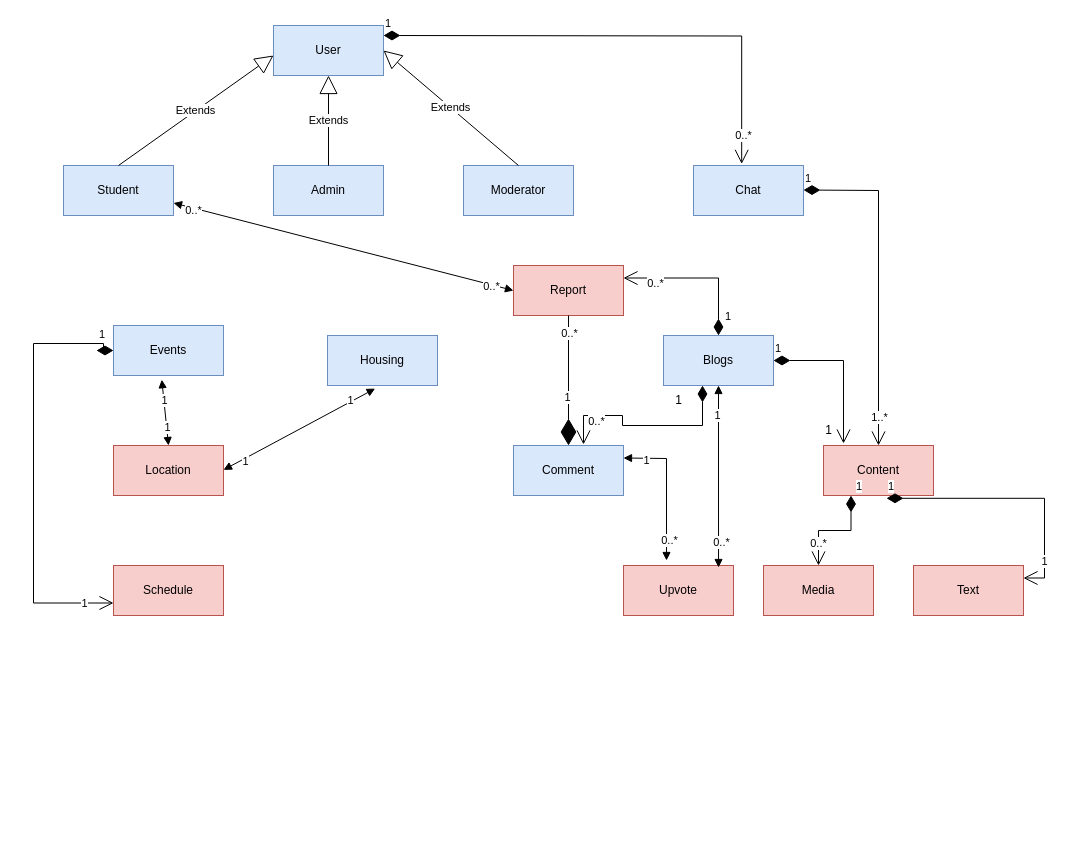
This is Project DDD.drawio from saikrishna1501/PeerPulse, a draw.io file, before an edit. Source tidied: cells renumbered, new cells numbered last; positions are measured from the earlier drawing's top-left corner, leaving out a move shared by most shapes. Both pictures are drawn from the tidied source at 100%, with x=0, y=0 at pixel (33, 25).
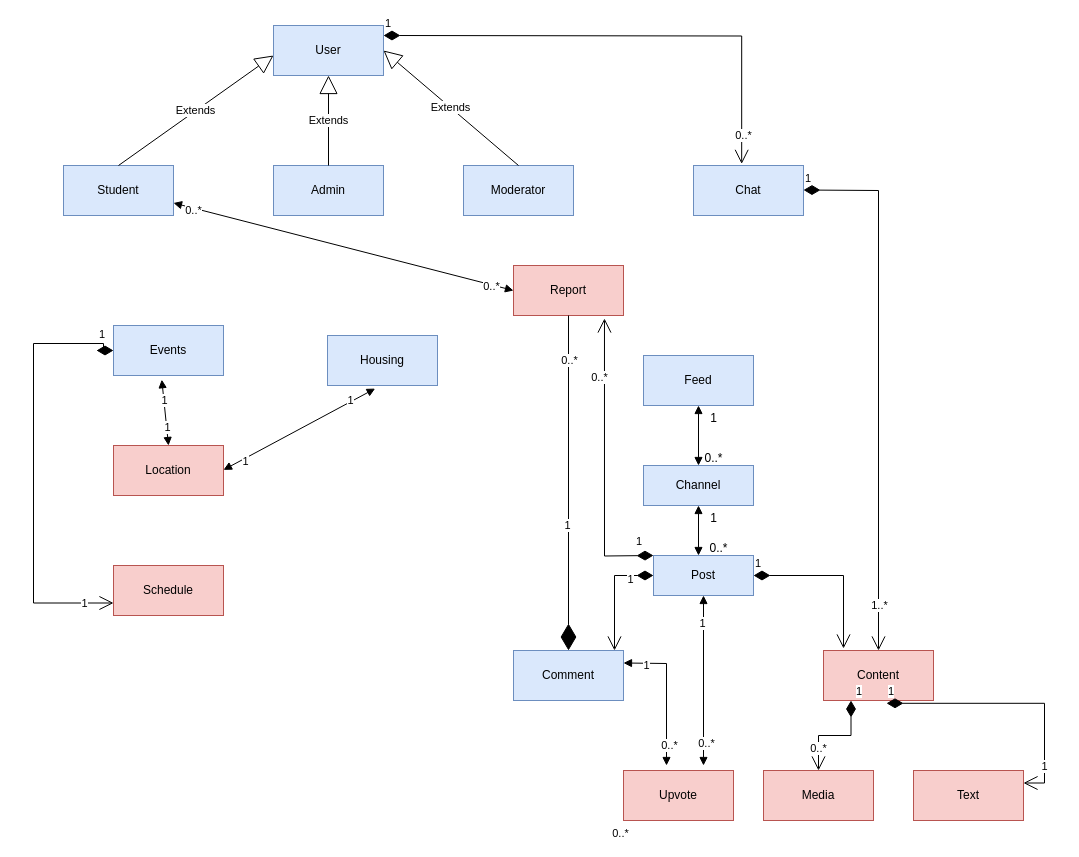
Above is the later version.

Commit message (it also covers changes not shown here):
Added Channels and Posts yaml

The change refers to these unchanged cells:
```xml
<mxCell id="17" value="Report" style="html=1;whiteSpace=wrap;fillColor=#f8cecc;strokeColor=#b85450;" parent="1" vertex="1">
  <mxGeometry x="480" y="240" width="110" height="50" as="geometry" />
</mxCell>
```

Change to the diagram source:
```diff
@@
     <mxCell id="9" value="Comment" style="html=1;whiteSpace=wrap;fillColor=#dae8fc;strokeColor=#6c8ebf;" parent="1" vertex="1">
-      <mxGeometry x="480" y="420" width="110" height="50" as="geometry" />
+      <mxGeometry x="480" y="625" width="110" height="50" as="geometry" />
     </mxCell>
@@
-    <mxCell id="12" value="Blogs" style="html=1;whiteSpace=wrap;fillColor=#dae8fc;strokeColor=#6c8ebf;" parent="1" vertex="1">
-      <mxGeometry x="630" y="310" width="110" height="50" as="geometry" />
+    <mxCell id="12" value="Feed" style="html=1;whiteSpace=wrap;fillColor=#dae8fc;strokeColor=#6c8ebf;" parent="1" vertex="1">
+      <mxGeometry x="610" y="330" width="110" height="50" as="geometry" />
     </mxCell>
     <mxCell id="13" value="Upvote" style="html=1;whiteSpace=wrap;fillColor=#f8cecc;strokeColor=#b85450;" parent="1" vertex="1">
-      <mxGeometry x="590" y="540" width="110" height="50" as="geometry" />
+      <mxGeometry x="590" y="745" width="110" height="50" as="geometry" />
     </mxCell>
     <mxCell id="14" value="Media" style="html=1;whiteSpace=wrap;fillColor=#f8cecc;strokeColor=#b85450;" parent="1" vertex="1">
-      <mxGeometry x="730" y="540" width="110" height="50" as="geometry" />
+      <mxGeometry x="730" y="745" width="110" height="50" as="geometry" />
     </mxCell>
     <mxCell id="15" value="Content" style="html=1;whiteSpace=wrap;fillColor=#f8cecc;strokeColor=#b85450;" parent="1" vertex="1">
-      <mxGeometry x="790" y="420" width="110" height="50" as="geometry" />
+      <mxGeometry x="790" y="625" width="110" height="50" as="geometry" />
     </mxCell>
     <mxCell id="16" value="Text" style="html=1;whiteSpace=wrap;fillColor=#f8cecc;strokeColor=#b85450;" parent="1" vertex="1">
-      <mxGeometry x="880" y="540" width="110" height="50" as="geometry" />
+      <mxGeometry x="880" y="745" width="110" height="50" as="geometry" />
     </mxCell>
@@
     <mxCell id="36" value="1" style="endArrow=open;html=1;endSize=12;startArrow=diamondThin;startSize=14;startFill=1;edgeStyle=orthogonalEdgeStyle;align=left;verticalAlign=bottom;rounded=0;exitX=0.573;exitY=1.056;exitDx=0;exitDy=0;exitPerimeter=0;entryX=1;entryY=0.25;entryDx=0;entryDy=0;" parent="1" edge="1" source="15" target="16">
       <mxGeometry x="-1" y="3" relative="1" as="geometry">
         <Array as="points">
-          <mxPoint x="1011" y="473" />
-          <mxPoint x="1011" y="553" />
+          <mxPoint x="1011" y="678" />
+          <mxPoint x="1011" y="758" />
         </Array>
       </mxGeometry>
     </mxCell>
@@
-    <mxCell id="40" value="1" style="endArrow=open;html=1;endSize=12;startArrow=diamondThin;startSize=14;startFill=1;edgeStyle=orthogonalEdgeStyle;align=left;verticalAlign=bottom;rounded=0;exitX=0.5;exitY=0;exitDx=0;exitDy=0;entryX=1;entryY=0.25;entryDx=0;entryDy=0;" parent="1" edge="1" source="12" target="17">
-      <mxGeometry x="-0.87" y="-5" relative="1" as="geometry" />
+    <mxCell id="40" value="1" style="endArrow=open;html=1;endSize=12;startArrow=diamondThin;startSize=14;startFill=1;edgeStyle=orthogonalEdgeStyle;align=left;verticalAlign=bottom;rounded=0;entryX=0.827;entryY=1.06;entryDx=0;entryDy=0;entryPerimeter=0;" parent="1" edge="1" target="17">
+      <mxGeometry x="-0.87" y="-5" relative="1" as="geometry">
+        <mxPoint x="620" y="530" as="sourcePoint" />
+      </mxGeometry>
     </mxCell>
@@
-    <mxCell id="45" value="1" style="endArrow=open;html=1;endSize=12;startArrow=diamondThin;startSize=14;startFill=1;edgeStyle=orthogonalEdgeStyle;align=left;verticalAlign=bottom;rounded=0;entryX=0.182;entryY=-0.04;entryDx=0;entryDy=0;entryPerimeter=0;exitX=1;exitY=0.5;exitDx=0;exitDy=0;" parent="1" edge="1" source="12" target="15">
+    <mxCell id="45" value="1" style="endArrow=open;html=1;endSize=12;startArrow=diamondThin;startSize=14;startFill=1;edgeStyle=orthogonalEdgeStyle;align=left;verticalAlign=bottom;rounded=0;entryX=0.182;entryY=-0.04;entryDx=0;entryDy=0;entryPerimeter=0;exitX=1;exitY=0.5;exitDx=0;exitDy=0;" parent="1" edge="1" source="56" target="15">
       <mxGeometry x="-1" y="3" relative="1" as="geometry" />
     </mxCell>
-    <mxCell id="46" value="1" style="text;html=1;align=center;verticalAlign=middle;strokeColor=none;fillColor=none;" parent="1" vertex="1">
-      <mxGeometry x="780" y="390" width="30" height="30" as="geometry" />
-    </mxCell>
-    <mxCell id="47" style="endArrow=open;html=1;endSize=12;startArrow=diamondThin;startSize=14;startFill=1;edgeStyle=orthogonalEdgeStyle;align=left;verticalAlign=bottom;rounded=0;exitX=0.636;exitY=1.08;exitDx=0;exitDy=0;exitPerimeter=0;entryX=0.827;entryY=-0.02;entryDx=0;entryDy=0;entryPerimeter=0;" parent="1" edge="1">
-      <mxGeometry x="-0.87" y="-5" relative="1" as="geometry">
-        <mxPoint x="669" y="360" as="sourcePoint" />
-        <mxPoint x="550" y="419" as="targetPoint" />
-        <Array as="points">
-          <mxPoint x="669" y="400" />
-          <mxPoint x="589" y="400" />
-          <mxPoint x="589" y="390" />
-          <mxPoint x="550" y="390" />
-        </Array>
-      </mxGeometry>
-    </mxCell>
-    <mxCell id="48" value="0..*" style="edgeLabel;html=1;align=center;verticalAlign=middle;" parent="47" vertex="1">
-      <mxGeometry x="0.59" y="5" relative="1" as="geometry" />
-    </mxCell>
-    <mxCell id="49" value="1" style="text;html=1;align=center;verticalAlign=middle;strokeColor=none;fillColor=none;" parent="1" vertex="1">
-      <mxGeometry x="630" y="360" width="30" height="30" as="geometry" />
-    </mxCell>
-    <mxCell id="50" style="endArrow=block;startArrow=block;endFill=1;startFill=1;html=1;rounded=0;exitX=0.864;exitY=0.04;exitDx=0;exitDy=0;exitPerimeter=0;entryX=0.5;entryY=1;entryDx=0;entryDy=0;" parent="1" edge="1" source="13" target="12">
-      <mxGeometry relative="1" as="geometry" />
+    <mxCell id="50" style="endArrow=block;startArrow=block;endFill=1;startFill=1;html=1;rounded=0;entryX=0.5;entryY=1;entryDx=0;entryDy=0;" parent="1" edge="1" target="56">
+      <mxGeometry relative="1" as="geometry">
+        <mxPoint x="670" y="740" as="sourcePoint" />
+      </mxGeometry>
     </mxCell>
@@
     <mxCell id="53" style="endArrow=block;startArrow=block;endFill=1;startFill=1;html=1;rounded=0;exitX=0.391;exitY=-0.1;exitDx=0;exitDy=0;exitPerimeter=0;entryX=1;entryY=0.25;entryDx=0;entryDy=0;" parent="1" edge="1" source="13" target="9">
       <mxGeometry relative="1" as="geometry">
         <Array as="points">
-          <mxPoint x="633" y="433" />
+          <mxPoint x="633" y="638" />
         </Array>
       </mxGeometry>
     </mxCell>
@@
+    <mxCell id="56" value="Post" style="whiteSpace=wrap;html=1;fillColor=#dae8fc;strokeColor=#6c8ebf;" parent="1" vertex="1">
+      <mxGeometry x="620" y="530" width="100" height="40" as="geometry" />
+    </mxCell>
+    <mxCell id="57" style="endArrow=open;html=1;endSize=12;startArrow=diamondThin;startSize=14;startFill=1;edgeStyle=orthogonalEdgeStyle;align=left;verticalAlign=bottom;rounded=0;exitX=0;exitY=0.5;exitDx=0;exitDy=0;" parent="1" edge="1" source="56">
+      <mxGeometry x="-0.87" y="-5" relative="1" as="geometry">
+        <mxPoint x="581" y="625" as="targetPoint" />
+        <Array as="points">
+          <mxPoint x="581" y="550" />
+        </Array>
+      </mxGeometry>
+    </mxCell>
+    <mxCell id="48" value="0..*" style="edgeLabel;html=1;align=center;verticalAlign=middle;" parent="57" vertex="1">
+      <mxGeometry x="0.59" y="5" relative="1" as="geometry">
+        <mxPoint y="205" as="offset" />
+      </mxGeometry>
+    </mxCell>
+    <mxCell id="58" value="1" style="edgeLabel;html=1;align=center;verticalAlign=middle;" parent="57" vertex="1">
+      <mxGeometry x="-0.58" y="3" relative="1" as="geometry" />
+    </mxCell>
+    <mxCell id="59" value="Channel" style="whiteSpace=wrap;html=1;fillColor=#dae8fc;strokeColor=#6c8ebf;" parent="1" vertex="1">
+      <mxGeometry x="610" y="440" width="110" height="40" as="geometry" />
+    </mxCell>
+    <mxCell id="60" style="endArrow=block;startArrow=block;endFill=1;startFill=1;html=1;rounded=0;exitX=0.5;exitY=1;exitDx=0;exitDy=0;entryX=0.5;entryY=0;entryDx=0;entryDy=0;" parent="1" edge="1" source="12" target="59">
+      <mxGeometry relative="1" as="geometry" />
+    </mxCell>
+    <mxCell id="61" value="1" style="text;html=1;align=center;verticalAlign=middle;strokeColor=none;fillColor=none;" parent="1" vertex="1">
+      <mxGeometry x="665" y="378" width="30" height="30" as="geometry" />
+    </mxCell>
+    <mxCell id="62" value="0..*" style="text;html=1;align=center;verticalAlign=middle;strokeColor=none;fillColor=none;" parent="1" vertex="1">
+      <mxGeometry x="660" y="418" width="40" height="30" as="geometry" />
+    </mxCell>
+    <mxCell id="63" style="endArrow=block;startArrow=block;endFill=1;startFill=1;html=1;rounded=0;exitX=0.5;exitY=1;exitDx=0;exitDy=0;" parent="1" edge="1">
+      <mxGeometry relative="1" as="geometry">
+        <mxPoint x="665" y="480" as="sourcePoint" />
+        <mxPoint x="665" y="530" as="targetPoint" />
+      </mxGeometry>
+    </mxCell>
+    <mxCell id="64" value="1" style="text;html=1;align=center;verticalAlign=middle;strokeColor=none;fillColor=none;" parent="1" vertex="1">
+      <mxGeometry x="665" y="478" width="30" height="30" as="geometry" />
+    </mxCell>
+    <mxCell id="65" value="0..*" style="text;html=1;align=center;verticalAlign=middle;strokeColor=none;fillColor=none;" parent="1" vertex="1">
+      <mxGeometry x="665" y="508" width="40" height="30" as="geometry" />
+    </mxCell>
```
